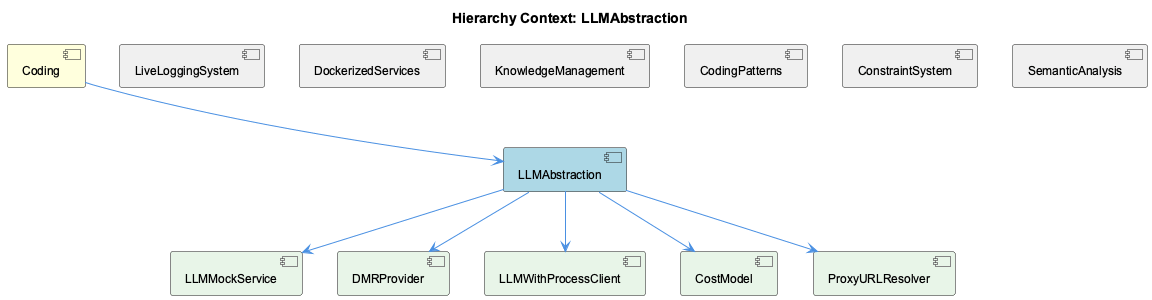
This is knowledge-management/insights/images/llmabstraction-relationship.png from fwornle/coding, a PlantUML export, as it was before one commit.
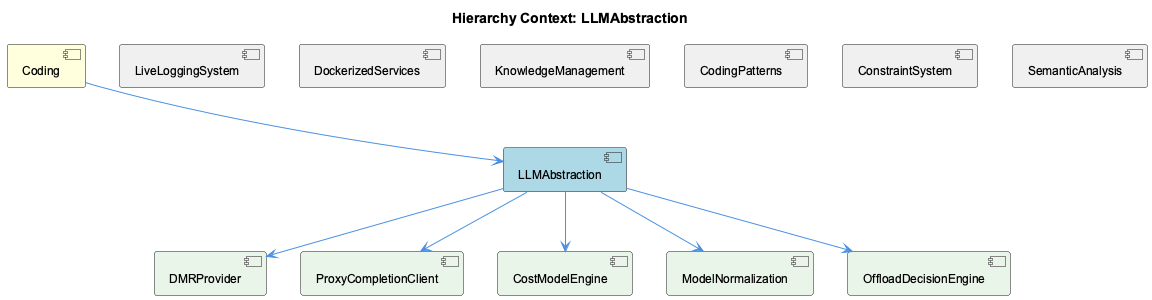
The same file after the commit.

The edit, as a diff of the source:
```diff
@@ -11,11 +11,11 @@
 [CodingPatterns] as coding_patterns #F0F0F0
 [ConstraintSystem] as constraint_system #F0F0F0
 [SemanticAnalysis] as semantic_analysis #F0F0F0
-[LLMMockService] as llmmock_service #E8F5E8
 [DMRProvider] as dmrprovider #E8F5E8
-[LLMWithProcessClient] as llmwith_process_client #E8F5E8
-[CostModel] as cost_model #E8F5E8
-[ProxyURLResolver] as proxy_urlresolver #E8F5E8
+[ProxyCompletionClient] as proxy_completion_client #E8F5E8
+[CostModelEngine] as cost_model_engine #E8F5E8
+[ModelNormalization] as model_normalization #E8F5E8
+[OffloadDecisionEngine] as offload_decision_engine #E8F5E8
 
 coding --> llmabstraction
 live_logging_system -[hidden]- llmabstraction
@@ -24,10 +24,10 @@
 coding_patterns -[hidden]- llmabstraction
 constraint_system -[hidden]- llmabstraction
 semantic_analysis -[hidden]- llmabstraction
-llmabstraction --> llmmock_service
 llmabstraction --> dmrprovider
-llmabstraction --> llmwith_process_client
-llmabstraction --> cost_model
-llmabstraction --> proxy_urlresolver
+llmabstraction --> proxy_completion_client
+llmabstraction --> cost_model_engine
+llmabstraction --> model_normalization
+llmabstraction --> offload_decision_engine
 
 @enduml
```
